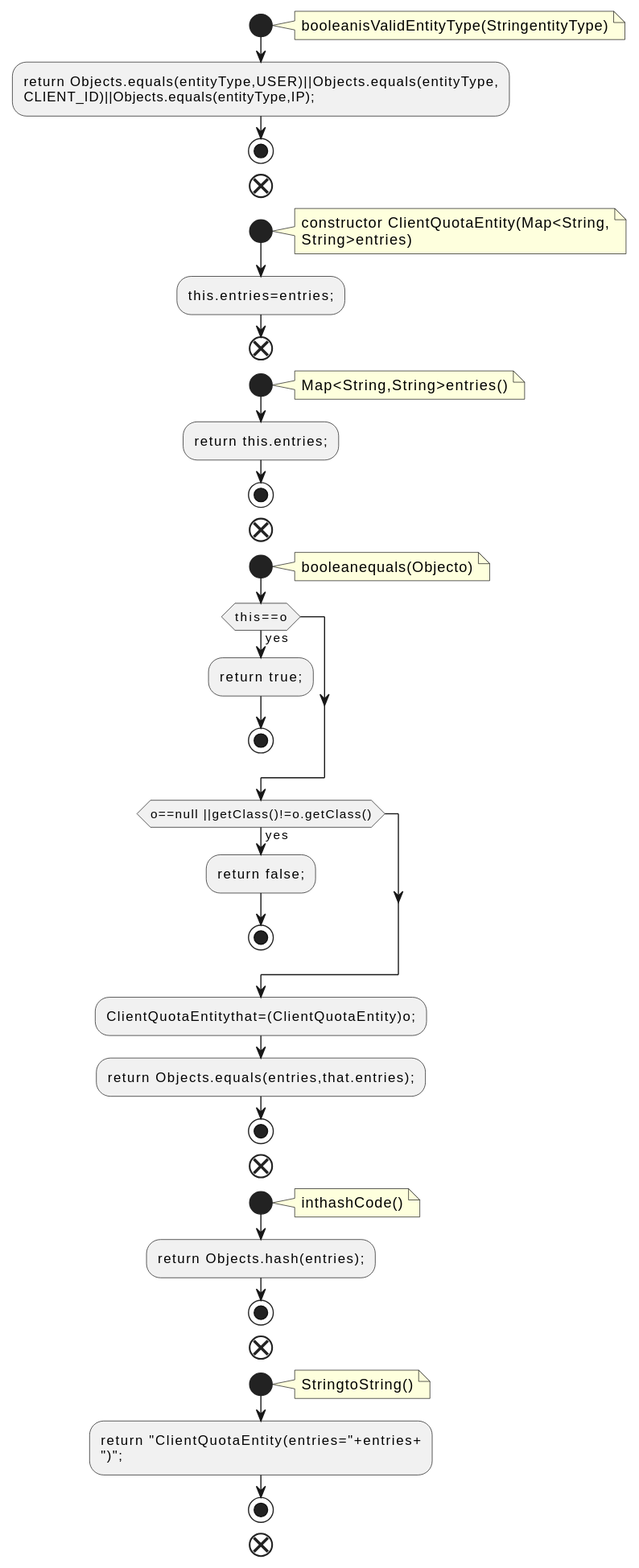
Above: docs/qc/clients/src/main/java/org/apache/kafka/common/quota/ClientQuotaEntity.java.fct.svg in qualitesys/kafka (PlantUML), before the change.
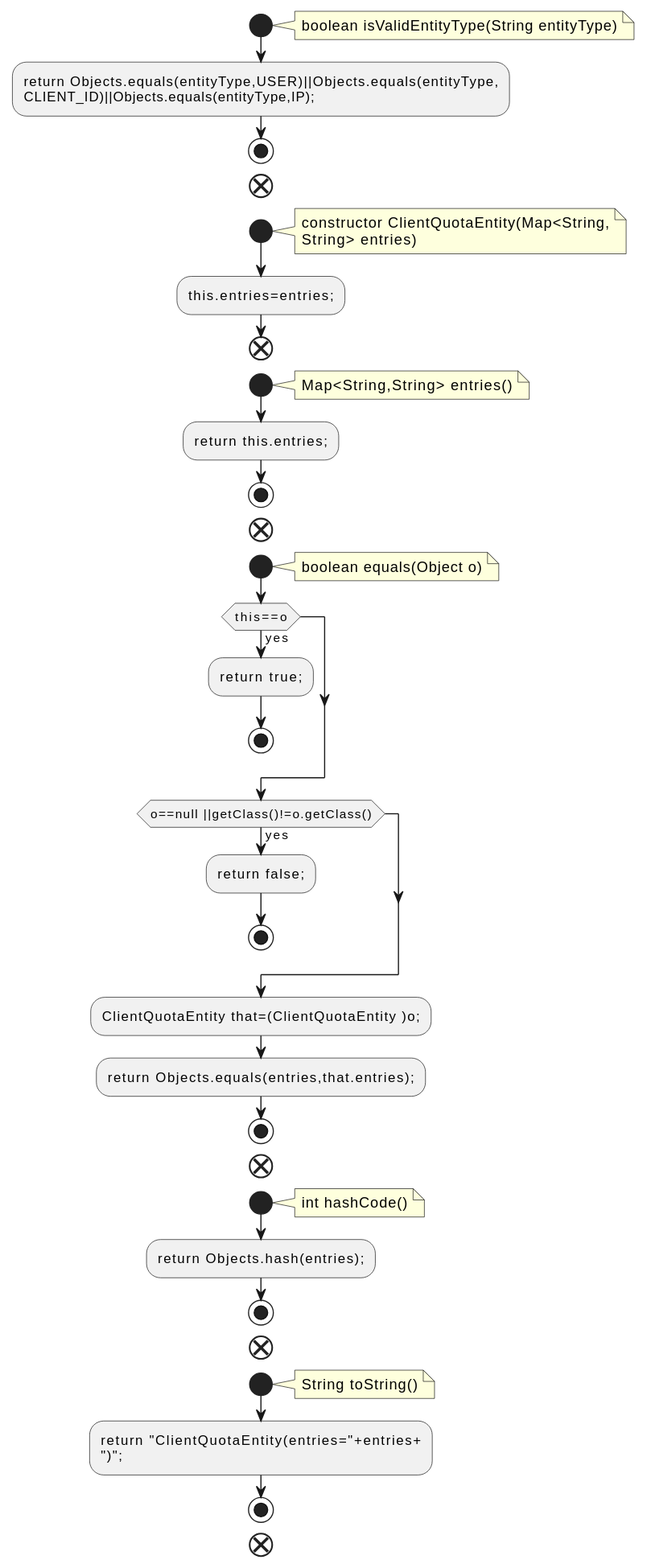
After the commit.

Diff of the diagram source:
```diff
@@ -2,7 +2,7 @@
 !pragma layout smetana
 start
 note right
-booleanisValidEntityType(StringentityType)
+boolean isValidEntityType(String entityType)
 end note
 :return Objects.equals(entityType,USER)||Objects.equals(entityType,
 CLIENT_ID)||Objects.equals(entityType,IP);;
@@ -11,20 +11,20 @@
 start
 note right
 constructor ClientQuotaEntity(Map<String,
-String>entries)
+String> entries)
 end note
 :this.entries=entries;;
 end
 start
 note right
-Map<String,String>entries()
+Map<String,String> entries()
 end note
 :return this.entries;;
 stop
 end
 start
 note right
-booleanequals(Objecto)
+boolean equals(Object o)
 end note
 if (this==o) then (yes)
 :return true;;
@@ -34,20 +34,20 @@
 :return false;;
 stop
 endif
-:ClientQuotaEntitythat=(ClientQuotaEntity)o;;
+:ClientQuotaEntity that=(ClientQuotaEntity )o;;
 :return Objects.equals(entries,that.entries);;
 stop
 end
 start
 note right
-inthashCode()
+int hashCode()
 end note
 :return Objects.hash(entries);;
 stop
 end
 start
 note right
-StringtoString()
+String toString()
 end note
 :return "ClientQuotaEntity(entries="+entries+
 ")";;
```
